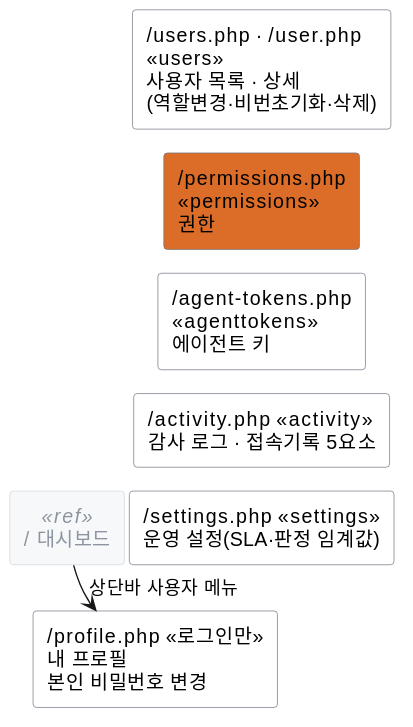
The PlantUML diagram docs/specs/diagrams/사이트맵-관리.svg in JeongDoWook/vuln-agent, before a commit. The source it was exported from:
```plantuml
@startuml

skinparam wrapWidth 230
skinparam nodesep 4
skinparam ranksep 16
skinparam shadowing false
skinparam rectangle {
    BackgroundColor #ffffff
    BorderColor #6e7681
}
skinparam rectangle<<ref>> {
    BackgroundColor #f6f8fa
    BorderColor #d0d7de
    FontColor #8c959f
}

rectangle "/ 대시보드" as DASH <<ref>>

rectangle "/users.php · /user.php\n«users»\n사용자 목록 · 상세\n(역할변경·비번초기화·삭제)" as USERS
rectangle "/permissions.php\n«permissions»\n권한" as PERM #db6d28
rectangle "/agent-tokens.php\n«agenttokens»\n에이전트 키" as ATOK
rectangle "/activity.php «activity»\n감사 로그 · 접속기록 5요소" as ACT
rectangle "/settings.php «settings»\n운영 설정(SLA·판정 임계값)" as SET
rectangle "/profile.php «로그인만»\n내 프로필\n본인 비밀번호 변경" as PROF

DASH --> PROF : 상단바 사용자 메뉴

USERS -[hidden]down- PERM
PERM  -[hidden]down- ATOK
ATOK  -[hidden]down- ACT
ACT   -[hidden]down- SET
SET   -[hidden]down- PROF
@enduml
```
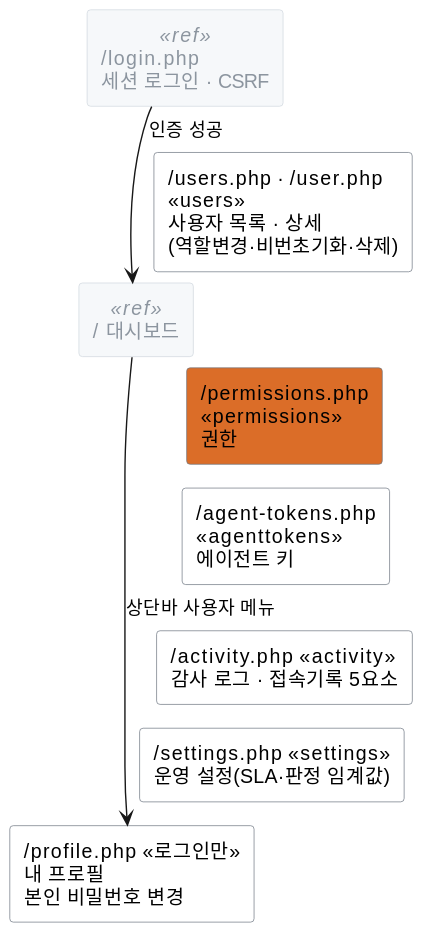
After the commit.

What changed in the source:
```diff
@@ -14,6 +14,7 @@
     FontColor #8c959f
 }
 
+rectangle "/login.php\n세션 로그인 · CSRF" as LOGIN <<ref>>
 rectangle "/ 대시보드" as DASH <<ref>>
 
 rectangle "/users.php · /user.php\n«users»\n사용자 목록 · 상세\n(역할변경·비번초기화·삭제)" as USERS
@@ -23,8 +24,10 @@
 rectangle "/settings.php «settings»\n운영 설정(SLA·판정 임계값)" as SET
 rectangle "/profile.php «로그인만»\n내 프로필\n본인 비밀번호 변경" as PROF
 
+LOGIN --> DASH : 인증 성공
 DASH --> PROF : 상단바 사용자 메뉴
 
+LOGIN -[hidden]down- USERS
 USERS -[hidden]down- PERM
 PERM  -[hidden]down- ATOK
 ATOK  -[hidden]down- ACT
```
